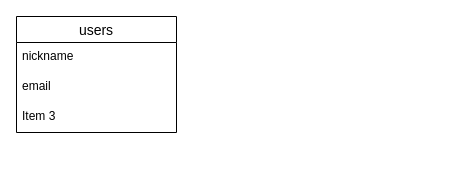
yumi-jpn/fav_shops keeps this draw.io diagram as ER.dio. Above is the earlier version. Source tidied: cells renumbered, new cells numbered last; positions are measured from the earlier drawing's top-left corner, leaving out a move shared by most shapes. Both pictures are drawn from the tidied source at 100%, with x=0, y=0 at pixel (16, 16).
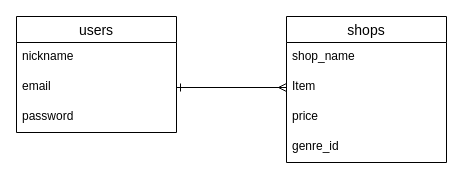
After the change.

What changed in the source:
```diff
@@
 <mxGraphModel>
   <root>
     <mxCell id="0" />
     <mxCell id="1" parent="0" />
     <mxCell id="2" value="users" style="swimlane;fontStyle=0;horizontal=1;startSize=26;align=center;fontSize=14;" parent="1" vertex="1">
       <mxGeometry width="160" height="116" as="geometry" />
     </mxCell>
     <mxCell id="3" value="nickname" style="text;strokeColor=none;fillColor=none;spacingLeft=4;spacingRight=4;overflow=hidden;fontSize=12;" parent="2" vertex="1">
       <mxGeometry y="26" width="160" height="30" as="geometry" />
     </mxCell>
     <mxCell id="4" value="email" style="text;strokeColor=none;fillColor=none;spacingLeft=4;spacingRight=4;overflow=hidden;points=[[0,0.5],[1,0.5]];portConstraint=eastwest;fontSize=12;" parent="2" vertex="1">
       <mxGeometry y="56" width="160" height="30" as="geometry" />
     </mxCell>
-    <mxCell id="5" value="Item 3" style="text;strokeColor=none;fillColor=none;spacingLeft=4;spacingRight=4;overflow=hidden;fontSize=12;" parent="2" vertex="1">
+    <mxCell id="5" value="password" style="text;strokeColor=none;fillColor=none;spacingLeft=4;spacingRight=4;overflow=hidden;fontSize=12;" parent="2" vertex="1">
       <mxGeometry y="86" width="160" height="30" as="geometry" />
     </mxCell>
+    <mxCell id="6" value="shops" style="swimlane;fontStyle=0;horizontal=1;startSize=26;align=center;fontSize=14;" parent="1" vertex="1">
+      <mxGeometry x="270" width="160" height="146" as="geometry" />
+    </mxCell>
+    <mxCell id="7" value="shop_name" style="text;strokeColor=none;fillColor=none;spacingLeft=4;spacingRight=4;overflow=hidden;fontSize=12;" parent="6" vertex="1">
+      <mxGeometry y="26" width="160" height="30" as="geometry" />
+    </mxCell>
+    <mxCell id="8" value="Item" style="text;strokeColor=none;fillColor=none;spacingLeft=4;spacingRight=4;overflow=hidden;points=[[0,0.5],[1,0.5]];portConstraint=eastwest;fontSize=12;" parent="6" vertex="1">
+      <mxGeometry y="56" width="160" height="30" as="geometry" />
+    </mxCell>
+    <mxCell id="9" value="price&#10;" style="text;strokeColor=none;fillColor=none;spacingLeft=4;spacingRight=4;overflow=hidden;fontSize=12;" parent="6" vertex="1">
+      <mxGeometry y="86" width="160" height="30" as="geometry" />
+    </mxCell>
+    <mxCell id="10" value="genre_id" style="text;strokeColor=none;fillColor=none;spacingLeft=4;spacingRight=4;overflow=hidden;fontSize=12;" parent="6" vertex="1">
+      <mxGeometry y="116" width="160" height="30" as="geometry" />
+    </mxCell>
+    <mxCell id="11" style="edgeStyle=orthogonalEdgeStyle;rounded=0;jettySize=auto;html=1;exitX=1;exitY=0.5;exitDx=0;exitDy=0;entryX=0;entryY=0.5;entryDx=0;entryDy=0;endArrow=ERmany;endFill=0;startArrow=ERone;startFill=0;" parent="1" edge="1" source="4" target="8">
+      <mxGeometry relative="1" as="geometry" />
+    </mxCell>
   </root>
 </mxGraphModel>
```
